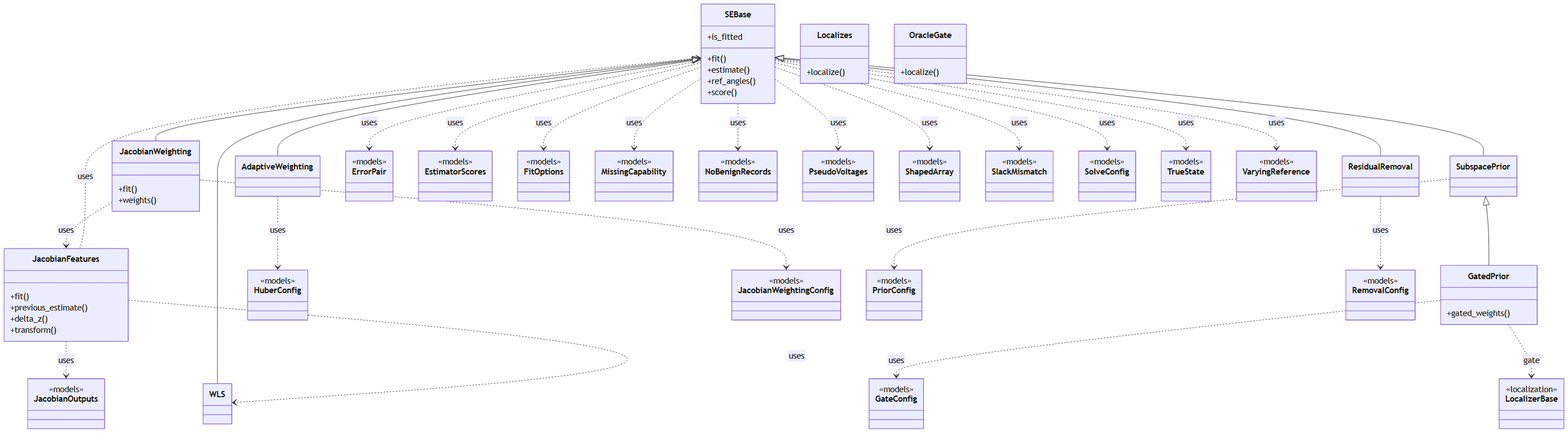
This is docs/figures/diagrams/classes_estimation.png from myersben9/fdia-graph, a Mermaid export, as it was before one commit. Its source is kept beside it as docs/figures/diagrams/classes_estimation.mmd.
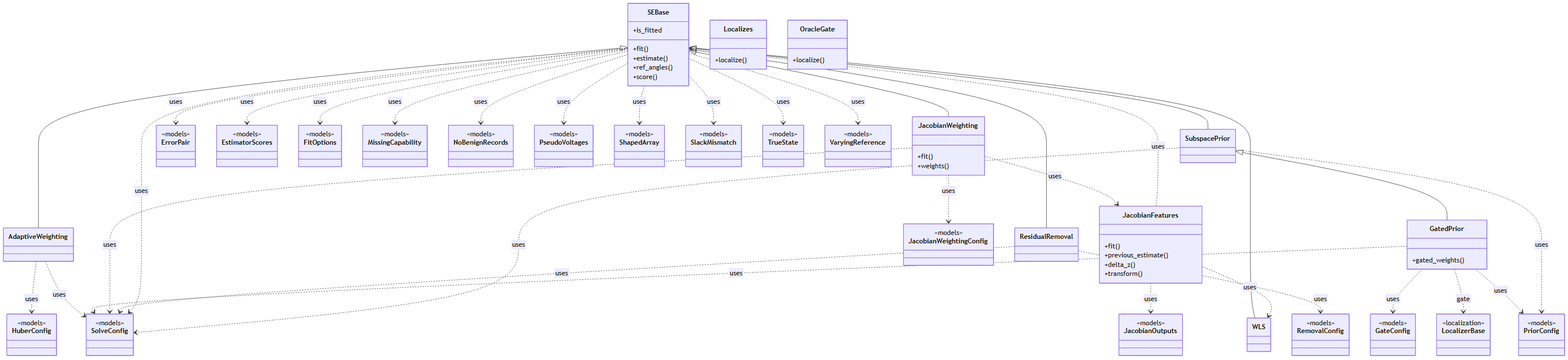
After the change.

What changed in the source:
```diff
@@ -94,14 +94,19 @@
     SEBase <|-- WLS
     SubspacePrior <|-- GatedPrior
     AdaptiveWeighting ..> HuberConfig : uses
+    AdaptiveWeighting ..> SolveConfig : uses
     GatedPrior ..> GateConfig : uses
     GatedPrior ..> LocalizerBase : gate
+    GatedPrior ..> PriorConfig : uses
+    GatedPrior ..> SolveConfig : uses
     JacobianFeatures ..> JacobianOutputs : uses
     JacobianFeatures ..> SEBase : uses
     JacobianFeatures ..> WLS : uses
     JacobianWeighting ..> JacobianFeatures : uses
     JacobianWeighting ..> JacobianWeightingConfig : uses
+    JacobianWeighting ..> SolveConfig : uses
     ResidualRemoval ..> RemovalConfig : uses
+    ResidualRemoval ..> SolveConfig : uses
     SEBase ..> ErrorPair : uses
     SEBase ..> EstimatorScores : uses
     SEBase ..> FitOptions : uses
@@ -114,3 +119,4 @@
     SEBase ..> TrueState : uses
     SEBase ..> VaryingReference : uses
     SubspacePrior ..> PriorConfig : uses
+    SubspacePrior ..> SolveConfig : uses
```
